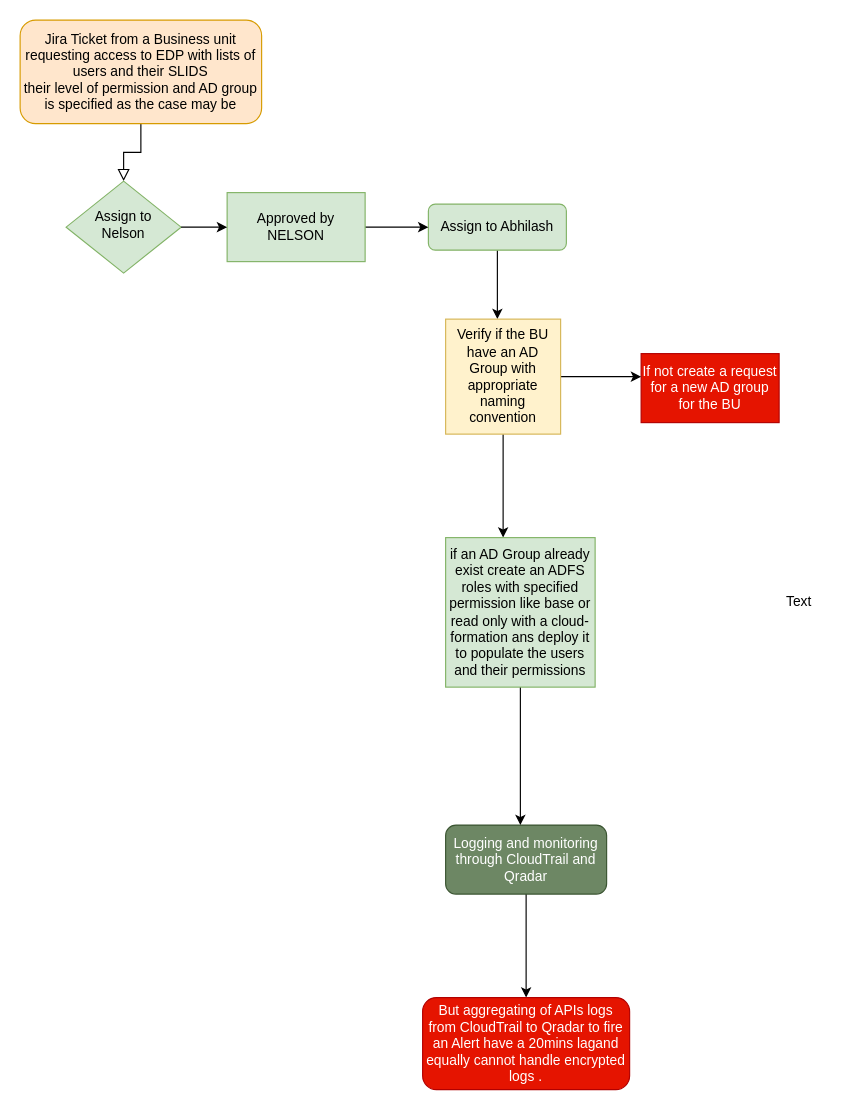
Earlier version of the draw.io diagram IAM FOLWCHAT .drawio (devopseze/agbaeze). Source tidied: cells renumbered, new cells numbered last; positions are measured from the earlier drawing's top-left corner, leaving out a move shared by most shapes. Both pictures are drawn from the tidied source at 115%, with x=0, y=0 at pixel (20, 20).
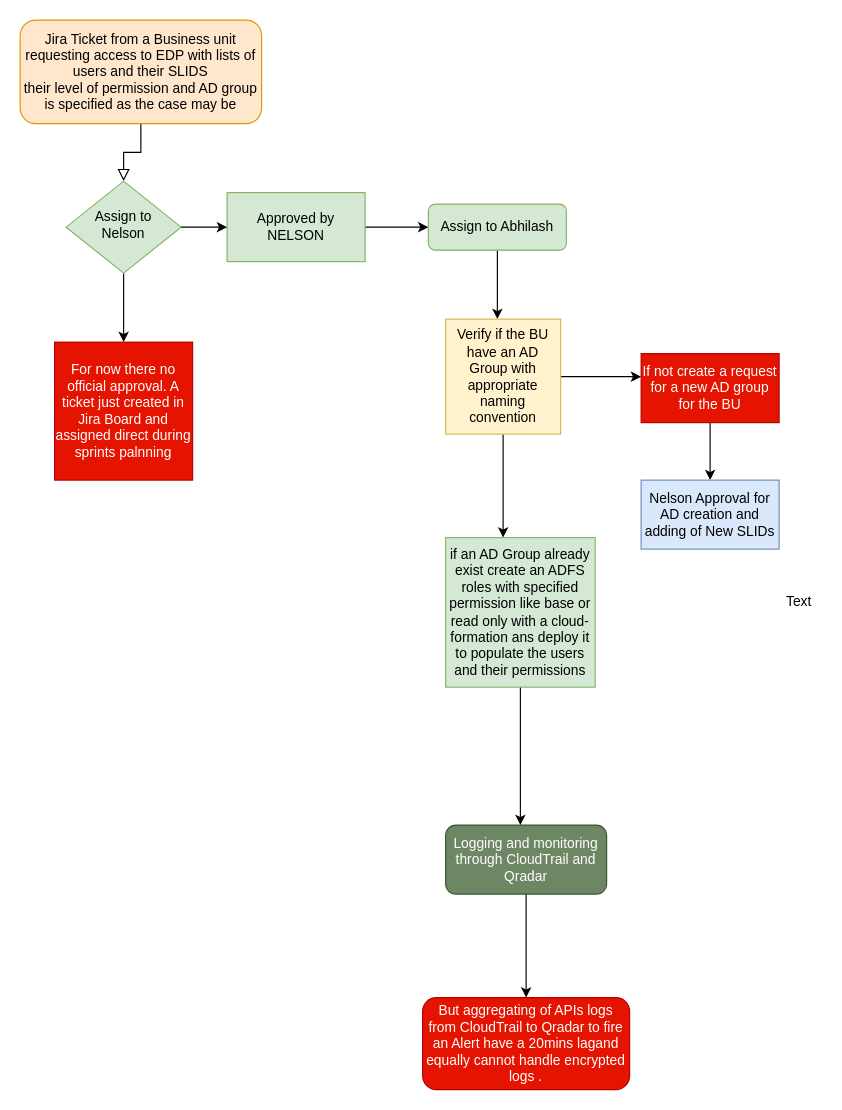
The same page after the edit.

Unchanged cells that the change refers to:
```xml
<mxCell id="4" value="Assign to Nelson " style="rhombus;whiteSpace=wrap;html=1;shadow=0;fontFamily=Helvetica;fontSize=12;align=center;strokeWidth=1;spacing=6;spacingTop=-4;fillColor=#d5e8d4;strokeColor=#82b366;" parent="1" vertex="1">
  <mxGeometry x="40" y="140" width="100" height="80" as="geometry" />
</mxCell>
<mxCell id="10" value="If not create a request for a new AD group for the BU " style="rounded=1;whiteSpace=wrap;html=1;fontSize=12;glass=0;strokeWidth=1;shadow=0;arcSize=0;fillColor=#e51400;strokeColor=#B20000;fontColor=#ffffff;" parent="1" vertex="1">
  <mxGeometry x="540" y="290" width="120" height="60" as="geometry" />
</mxCell>
```

The edit, as a diff of the source:
```diff
@@
+    <mxCell id="20" style="edgeStyle=orthogonalEdgeStyle;rounded=0;jettySize=auto;html=1;entryX=0.5;entryY=0;entryDx=0;entryDy=0;" parent="1" edge="1" source="4" target="22">
+      <mxGeometry relative="1" as="geometry" />
+    </mxCell>
@@
+    <mxCell id="21" style="edgeStyle=orthogonalEdgeStyle;rounded=0;jettySize=auto;html=1;exitX=0.5;exitY=1;exitDx=0;exitDy=0;entryX=0.5;entryY=0;entryDx=0;entryDy=0;" parent="1" edge="1" source="10" target="23">
+      <mxGeometry relative="1" as="geometry" />
+    </mxCell>
@@
+    <mxCell id="22" value="For now there no official approval. A ticket just created in Jira Board and assigned direct during sprints palnning " style="whiteSpace=wrap;html=1;fillColor=#e51400;strokeColor=#B20000;fontColor=#ffffff;" parent="1" vertex="1">
+      <mxGeometry x="30" y="280" width="120" height="120" as="geometry" />
+    </mxCell>
+    <mxCell id="23" value="Nelson Approval for AD creation and adding of New SLIDs " style="rounded=0;whiteSpace=wrap;html=1;fillColor=#dae8fc;strokeColor=#6c8ebf;" parent="1" vertex="1">
+      <mxGeometry x="540" y="400" width="120" height="60" as="geometry" />
+    </mxCell>
```
